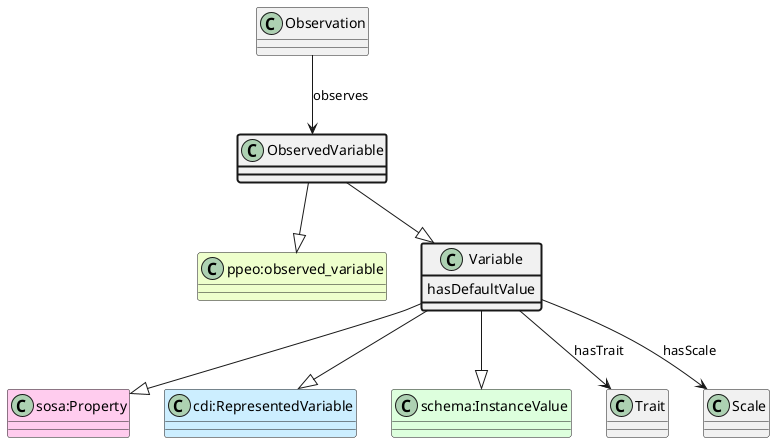
Earlier version of the PlantUML export ttl_uml/ttl_appn_ObservedVariable.png (aus-plant-phenomics-network/appn-schema).
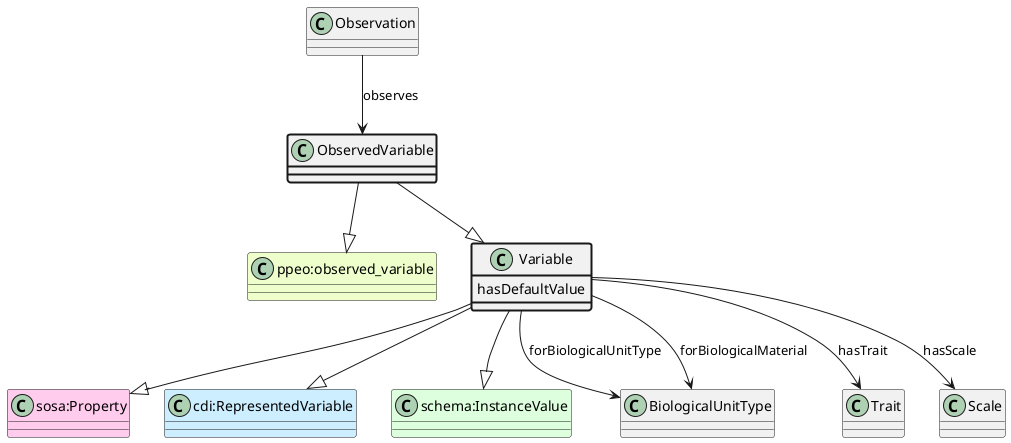
Later version of the same file.

Change to the diagram source:
```diff
@@ -15,6 +15,10 @@
 class Variable #line.bold {
     hasDefaultValue
 }
+class BiologicalUnitType
+Variable --> BiologicalUnitType : forBiologicalUnitType
+class BiologicalUnitType
+Variable --> BiologicalUnitType : forBiologicalMaterial
 class Trait
 Variable --> Trait : hasTrait
 class Scale
```
